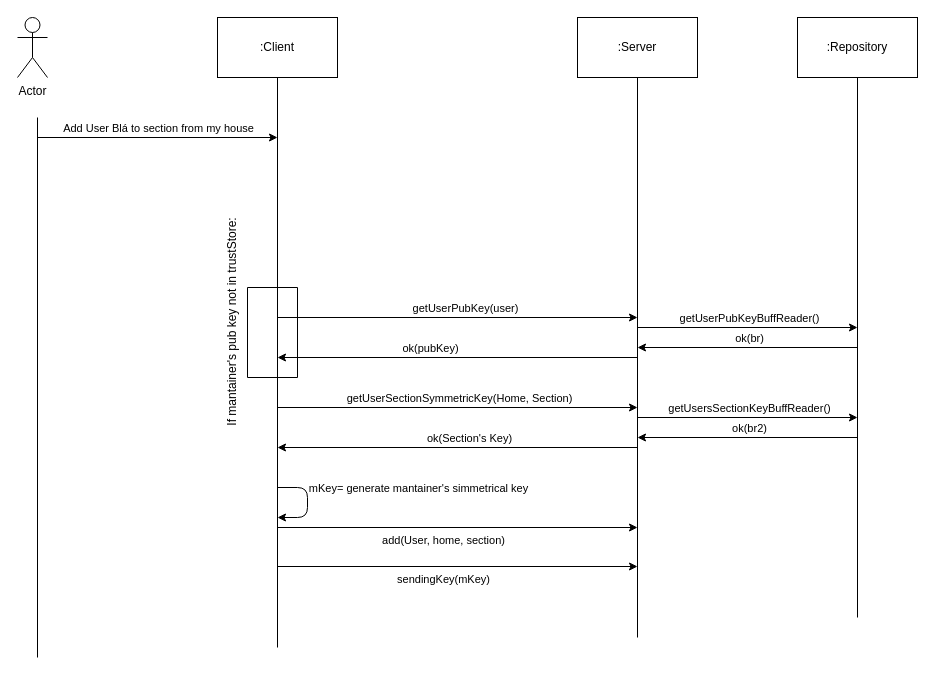
The draw.io diagram page "4.4.2b" (3 of 5) of Diagrama.drawio in Lana-Melo/Sperta, before the edit. Source tidied: cells renumbered, new cells numbered last; positions are measured from the earlier drawing's top-left corner, leaving out a move shared by most shapes. Both pictures are drawn from the tidied source at 100%, with x=0, y=0 at pixel (17, 17).
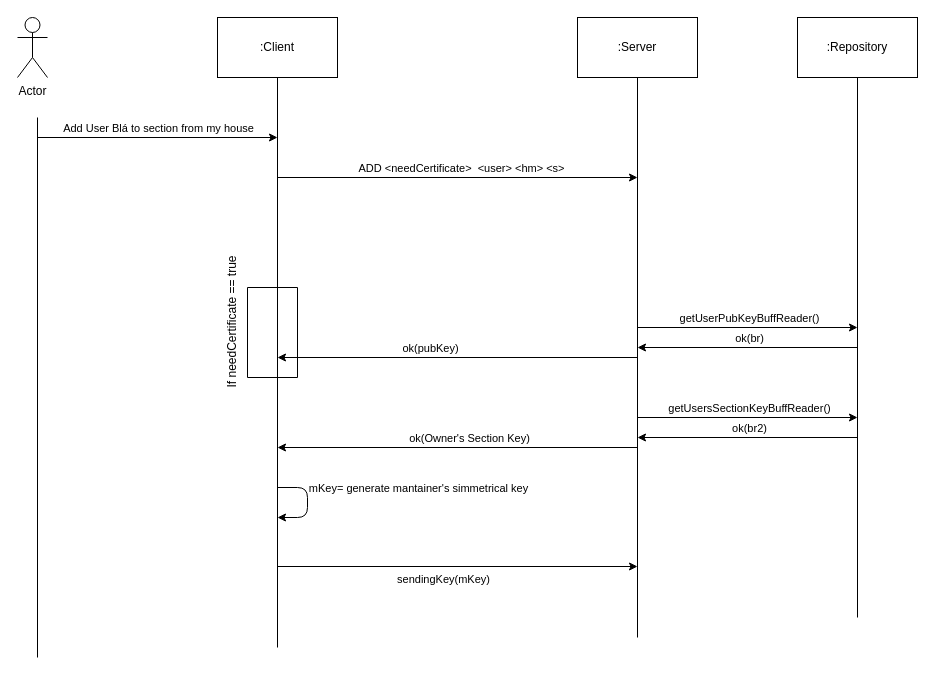
The same page after the edit.

Commit message (it also covers changes not shown here):
[ADD operation] implemented for adding mantainer to specific section or to all sections, but not taking care of scenario all -> specific section

Unchanged cells that the change refers to:
```xml
<mxCell id="14" style="endArrow=classic;html=1;" parent="1" edge="1">
  <mxGeometry relative="1" as="geometry">
    <mxPoint x="620" y="430" as="sourcePoint" />
    <mxPoint x="260" y="430" as="targetPoint" />
  </mxGeometry>
</mxCell>
```

Change to the diagram source:
```diff
@@
-    <mxCell id="6" style="endArrow=classic;html=1;" parent="1" edge="1">
-      <mxGeometry relative="1" as="geometry">
-        <mxPoint x="260" y="300" as="sourcePoint" />
-        <mxPoint x="620" y="300" as="targetPoint" />
-      </mxGeometry>
-    </mxCell>
-    <mxCell id="7" value="getUserPubKey(user)" style="edgeLabel;html=1;align=center;verticalAlign=middle;" parent="6" vertex="1">
-      <mxGeometry x="0.04" y="3" relative="1" as="geometry">
-        <mxPoint y="-7" as="offset" />
-      </mxGeometry>
-    </mxCell>
-    <mxCell id="8" style="endArrow=classic;html=1;" parent="1" edge="1">
-      <mxGeometry relative="1" as="geometry">
-        <mxPoint x="260" y="510" as="sourcePoint" />
-        <mxPoint x="620" y="510" as="targetPoint" />
-      </mxGeometry>
-    </mxCell>
-    <mxCell id="9" value="add(User, home, section)" style="edgeLabel;html=1;align=center;verticalAlign=middle;" parent="8" vertex="1">
-      <mxGeometry x="-0.19" y="4" relative="1" as="geometry">
-        <mxPoint x="19" y="16" as="offset" />
-      </mxGeometry>
-    </mxCell>
@@
-    <mxCell id="12" style="endArrow=classic;html=1;" parent="1" edge="1">
-      <mxGeometry relative="1" as="geometry">
-        <mxPoint x="260" y="390" as="sourcePoint" />
-        <mxPoint x="620" y="390" as="targetPoint" />
-      </mxGeometry>
-    </mxCell>
-    <mxCell id="13" value="getUserSectionSymmetricKey(Home, Section)" style="edgeLabel;html=1;align=center;verticalAlign=middle;" parent="12" vertex="1">
-      <mxGeometry x="-0.08" y="4" relative="1" as="geometry">
-        <mxPoint x="15" y="-6" as="offset" />
-      </mxGeometry>
-    </mxCell>
@@
-    <mxCell id="15" value="ok(Section's Key)" style="edgeLabel;html=1;align=center;verticalAlign=middle;" parent="14" vertex="1">
+    <mxCell id="15" value="ok(Owner's Section Key)" style="edgeLabel;html=1;align=center;verticalAlign=middle;" parent="14" vertex="1">
       <mxGeometry x="-0.22" y="1" relative="1" as="geometry">
         <mxPoint x="-29" y="-11" as="offset" />
       </mxGeometry>
     </mxCell>
@@
-    <mxCell id="25" value="If mantainer's pub key not in trustStore:" style="text;html=1;align=center;verticalAlign=middle;strokeColor=none;fillColor=none;rotation=-90;" parent="1" vertex="1">
-      <mxGeometry x="100" y="290" width="230" height="30" as="geometry" />
+    <mxCell id="25" value="If needCertificate == true" style="text;html=1;align=center;verticalAlign=middle;strokeColor=none;fillColor=none;rotation=-90;" parent="1" vertex="1">
+      <mxGeometry x="135" y="290" width="160" height="30" as="geometry" />
     </mxCell>
@@
+    <mxCell id="36" style="endArrow=classic;html=1;" parent="1" edge="1">
+      <mxGeometry relative="1" as="geometry">
+        <mxPoint x="260" y="160" as="sourcePoint" />
+        <mxPoint x="620" y="160" as="targetPoint" />
+      </mxGeometry>
+    </mxCell>
+    <mxCell id="37" value="ADD&amp;nbsp;&lt;span style=&quot;color: rgb(0, 0, 0);&quot;&gt;&amp;lt;needCertificate&amp;gt;&amp;nbsp;&lt;/span&gt;&amp;nbsp;&amp;lt;user&amp;gt; &amp;lt;hm&amp;gt; &amp;lt;s&amp;gt;" style="edgeLabel;html=1;align=center;verticalAlign=middle;" parent="36" vertex="1">
+      <mxGeometry x="0.05" y="5" relative="1" as="geometry">
+        <mxPoint x="-6" y="-5" as="offset" />
+      </mxGeometry>
+    </mxCell>
```
